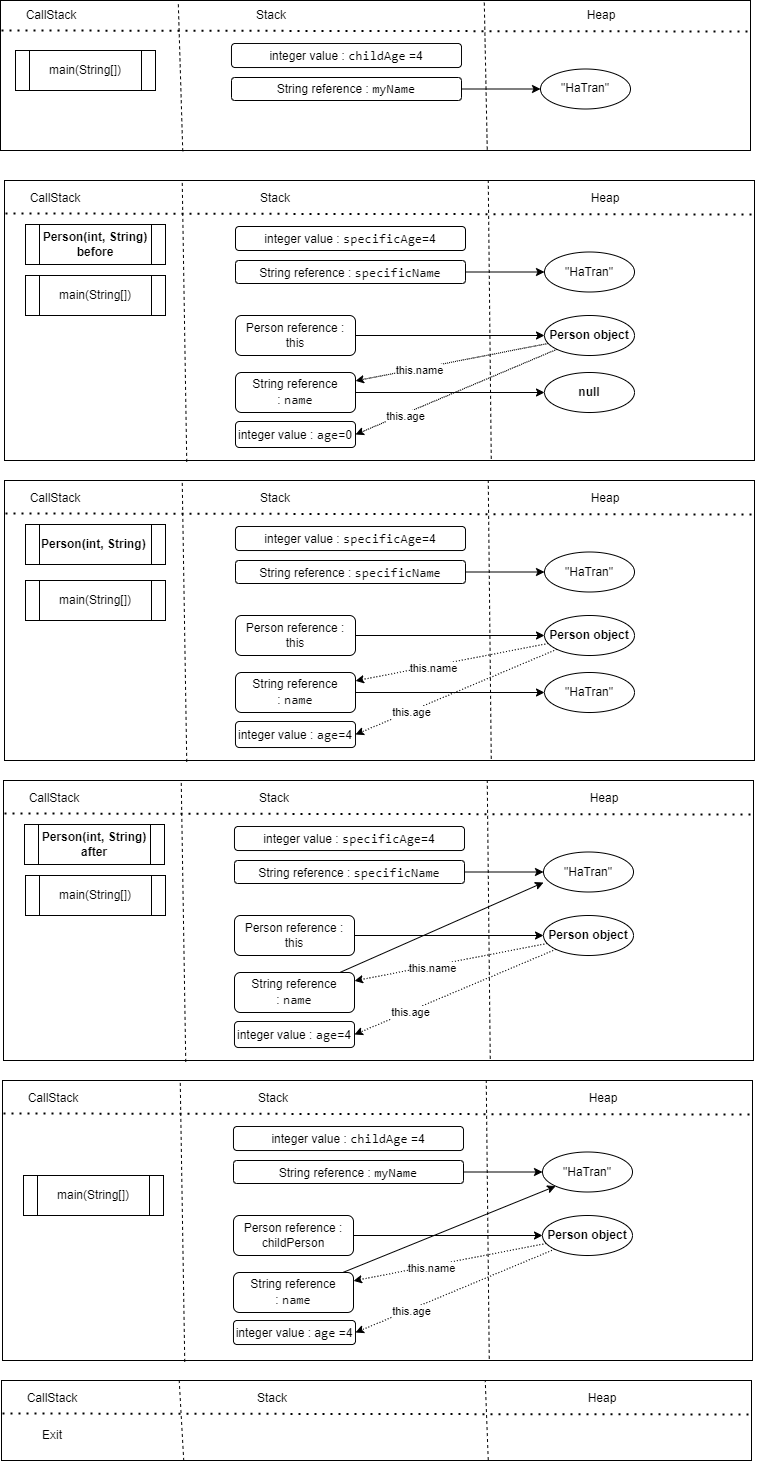
Above: samples_effective_java/src/documents/GarbageCollector.png in hazoe-dev/samples_effective_java (draw.io), before the change. Source tidied: cells renumbered, new cells last; positions are measured from the earlier drawing's top-left corner, leaving out a move shared by most shapes.
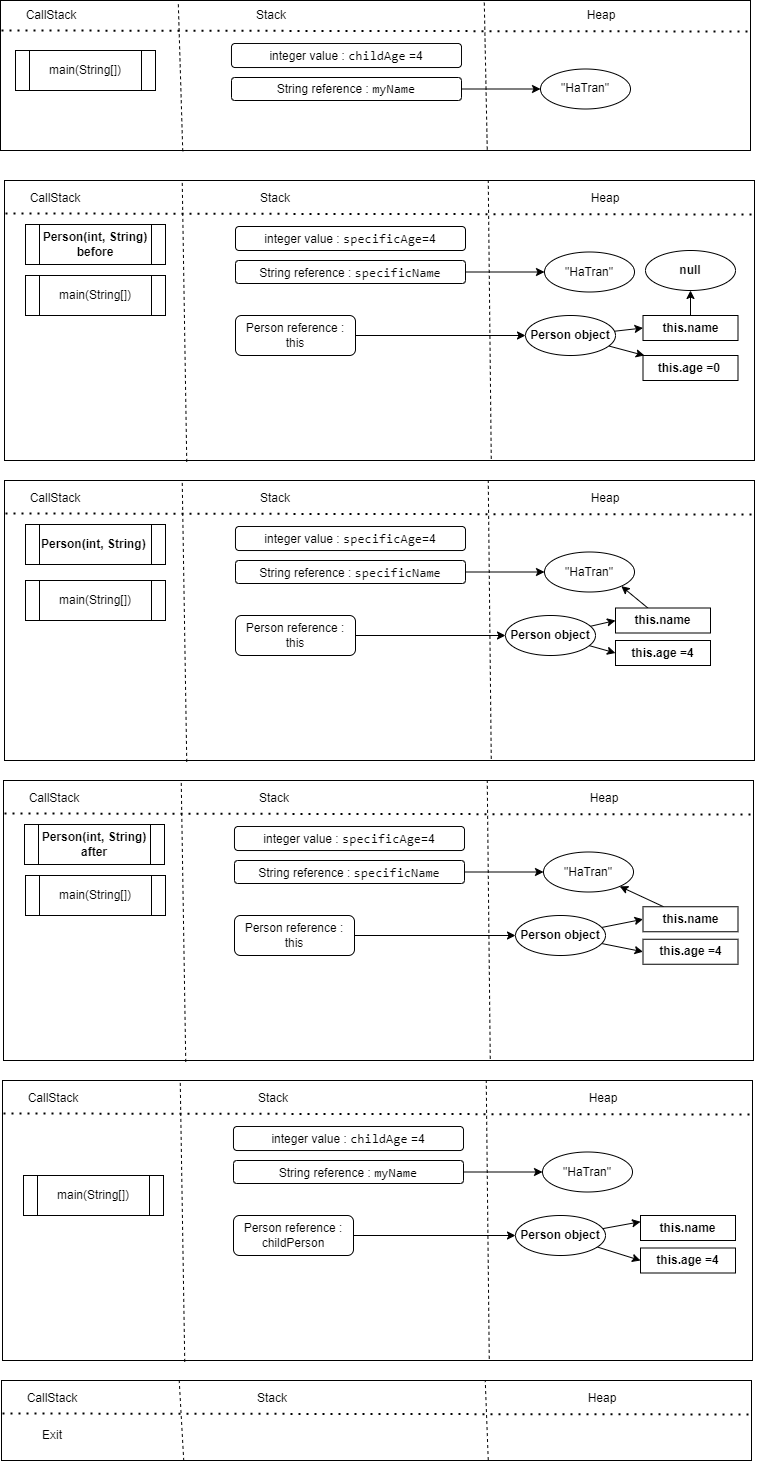
Above is the later version.

Commit message:
Update image for garbage collector

The edit, as a diff of the source:
```diff
@@ -15,17 +15,8 @@
       <mxGeometry x="25" y="183" width="60" height="30" as="geometry" />
     </mxCell>
     <mxCell id="6" value="null" style="ellipse;whiteSpace=wrap;html=1;fontStyle=1;" parent="1" vertex="1">
-      <mxGeometry x="544" y="372" width="90" height="40" as="geometry" />
+      <mxGeometry x="645" y="250" width="90" height="40" as="geometry" />
     </mxCell>
-    <mxCell id="7" value="integer value :&amp;nbsp;&lt;span style=&quot;background-color: rgb(255, 255, 255); color: rgb(8, 8, 8); font-family: &amp;quot;JetBrains Mono&amp;quot;, monospace; font-size: 9.8pt;&quot;&gt;age&lt;/span&gt;&lt;span style=&quot;background-color: initial;&quot;&gt;=0&lt;/span&gt;" style="rounded=1;whiteSpace=wrap;html=1;" parent="1" vertex="1">
-      <mxGeometry x="235" y="421" width="120" height="26" as="geometry" />
-    </mxCell>
-    <mxCell id="8" style="edgeStyle=orthogonalEdgeStyle;rounded=0;jettySize=auto;html=1;" parent="1" edge="1" source="9" target="6">
-      <mxGeometry relative="1" as="geometry" />
-    </mxCell>
-    <mxCell id="9" value="String reference :&amp;nbsp;&lt;span style=&quot;background-color: rgb(255, 255, 255); color: rgb(8, 8, 8); font-family: &amp;quot;JetBrains Mono&amp;quot;, monospace; font-size: 9.8pt;&quot;&gt;name&lt;/span&gt;" style="rounded=1;whiteSpace=wrap;html=1;" parent="1" vertex="1">
-      <mxGeometry x="235" y="372" width="120" height="40" as="geometry" />
-    </mxCell>
     <mxCell id="10" value="Person(int, String) before" style="shape=process;whiteSpace=wrap;html=1;backgroundOutline=1;fontStyle=1;" parent="1" vertex="1">
       <mxGeometry x="25" y="224" width="140" height="40" as="geometry" />
     </mxCell>
@@ -59,20 +50,14 @@
     <mxCell id="19" value="&quot;HaTran&quot;" style="ellipse;whiteSpace=wrap;html=1;" parent="1" vertex="1">
       <mxGeometry x="544" y="251.5" width="90" height="40" as="geometry" />
     </mxCell>
-    <mxCell id="20" style="edgeStyle=none;rounded=0;jettySize=auto;html=1;dashed=1;dashPattern=1 1;" parent="1" edge="1" source="24" target="9">
-      <mxGeometry relative="1" as="geometry" />
-    </mxCell>
-    <mxCell id="21" value="this.name" style="edgeLabel;html=1;align=center;verticalAlign=middle;" parent="20" vertex="1">
-      <mxGeometry x="0.35" y="1" relative="1" as="geometry" />
-    </mxCell>
-    <mxCell id="22" style="edgeStyle=none;rounded=0;jettySize=auto;html=1;entryX=1;entryY=0.5;entryDx=0;entryDy=0;dashed=1;dashPattern=1 1;" parent="1" edge="1" source="24" target="7">
-      <mxGeometry relative="1" as="geometry" />
-    </mxCell>
-    <mxCell id="23" value="this.age" style="edgeLabel;html=1;align=center;verticalAlign=middle;" parent="22" vertex="1">
-      <mxGeometry x="0.52" y="2" relative="1" as="geometry" />
-    </mxCell>
+    <mxCell id="115" style="rounded=0;jettySize=auto;html=1;" parent="1" edge="1" source="24" target="123">
+      <mxGeometry relative="1" as="geometry" />
+    </mxCell>
+    <mxCell id="116" style="rounded=0;jettySize=auto;html=1;entryX=0;entryY=0.5;entryDx=0;entryDy=0;" parent="1" edge="1" source="24" target="125">
+      <mxGeometry relative="1" as="geometry" />
+    </mxCell>
     <mxCell id="24" value="Person object" style="ellipse;whiteSpace=wrap;html=1;fontStyle=1;" parent="1" vertex="1">
-      <mxGeometry x="544" y="315" width="90" height="40" as="geometry" />
+      <mxGeometry x="525" y="315" width="90" height="40" as="geometry" />
     </mxCell>
     <mxCell id="25" style="rounded=0;whiteSpace=wrap;html=1;" parent="1" vertex="1">
       <mxGeometry x="4" y="480" width="750" height="280" as="geometry" />
@@ -86,18 +71,6 @@
     <mxCell id="28" value="CallStack" style="text;html=1;strokeColor=none;fillColor=none;align=center;verticalAlign=middle;whiteSpace=wrap;rounded=0;" parent="1" vertex="1">
       <mxGeometry x="25" y="483" width="60" height="30" as="geometry" />
     </mxCell>
-    <mxCell id="29" value="&lt;span style=&quot;font-weight: 400;&quot;&gt;&quot;HaTran&quot;&lt;/span&gt;" style="ellipse;whiteSpace=wrap;html=1;fontStyle=1;" parent="1" vertex="1">
-      <mxGeometry x="544" y="672" width="90" height="40" as="geometry" />
-    </mxCell>
-    <mxCell id="30" value="integer value :&amp;nbsp;&lt;span style=&quot;background-color: rgb(255, 255, 255); color: rgb(8, 8, 8); font-family: &amp;quot;JetBrains Mono&amp;quot;, monospace; font-size: 9.8pt;&quot;&gt;age&lt;/span&gt;&lt;span style=&quot;background-color: initial;&quot;&gt;=4&lt;/span&gt;" style="rounded=1;whiteSpace=wrap;html=1;" parent="1" vertex="1">
-      <mxGeometry x="235" y="721" width="120" height="26" as="geometry" />
-    </mxCell>
-    <mxCell id="31" style="edgeStyle=orthogonalEdgeStyle;rounded=0;jettySize=auto;html=1;" parent="1" edge="1" source="32" target="29">
-      <mxGeometry relative="1" as="geometry" />
-    </mxCell>
-    <mxCell id="32" value="String reference :&amp;nbsp;&lt;span style=&quot;background-color: rgb(255, 255, 255); color: rgb(8, 8, 8); font-family: &amp;quot;JetBrains Mono&amp;quot;, monospace; font-size: 9.8pt;&quot;&gt;name&lt;/span&gt;" style="rounded=1;whiteSpace=wrap;html=1;" parent="1" vertex="1">
-      <mxGeometry x="235" y="672" width="120" height="40" as="geometry" />
-    </mxCell>
     <mxCell id="33" value="Person(int, String)&amp;nbsp;" style="shape=process;whiteSpace=wrap;html=1;backgroundOutline=1;fontStyle=1;" parent="1" vertex="1">
       <mxGeometry x="25" y="524" width="140" height="40" as="geometry" />
     </mxCell>
@@ -131,22 +104,14 @@
     <mxCell id="42" value="&quot;HaTran&quot;" style="ellipse;whiteSpace=wrap;html=1;" parent="1" vertex="1">
       <mxGeometry x="544" y="551.5" width="90" height="40" as="geometry" />
     </mxCell>
-    <mxCell id="43" style="edgeStyle=none;rounded=0;jettySize=auto;html=1;dashed=1;dashPattern=1 2;" parent="1" edge="1" source="47" target="32">
-      <mxGeometry relative="1" as="geometry" />
-    </mxCell>
-    <mxCell id="44" value="this.name" style="edgeLabel;html=1;align=center;verticalAlign=middle;" parent="43" vertex="1">
-      <mxGeometry x="0.2" y="2" relative="1" as="geometry" />
-    </mxCell>
-    <mxCell id="45" style="edgeStyle=none;rounded=0;jettySize=auto;html=1;entryX=1;entryY=0.5;entryDx=0;entryDy=0;dashed=1;dashPattern=1 2;" parent="1" edge="1" source="47" target="30">
-      <mxGeometry relative="1" as="geometry" />
-    </mxCell>
-    <mxCell id="46" value="this.age" style="edgeLabel;html=1;align=center;verticalAlign=middle;" parent="45" vertex="1">
-      <mxGeometry x="0.45" y="2" relative="1" as="geometry">
-        <mxPoint y="-1" as="offset" />
-      </mxGeometry>
-    </mxCell>
+    <mxCell id="117" style="edgeStyle=none;rounded=0;jettySize=auto;html=1;entryX=0;entryY=0.5;entryDx=0;entryDy=0;" parent="1" edge="1" source="47" target="126">
+      <mxGeometry relative="1" as="geometry" />
+    </mxCell>
+    <mxCell id="118" style="edgeStyle=none;rounded=0;jettySize=auto;html=1;entryX=0;entryY=0.5;entryDx=0;entryDy=0;" parent="1" edge="1" source="47" target="128">
+      <mxGeometry relative="1" as="geometry" />
+    </mxCell>
     <mxCell id="47" value="Person object" style="ellipse;whiteSpace=wrap;html=1;fontStyle=1;" parent="1" vertex="1">
-      <mxGeometry x="544" y="615" width="90" height="40" as="geometry" />
+      <mxGeometry x="505" y="615" width="90" height="40" as="geometry" />
     </mxCell>
     <mxCell id="48" style="rounded=0;whiteSpace=wrap;html=1;" parent="1" vertex="1">
       <mxGeometry x="3" y="780" width="750" height="280" as="geometry" />
@@ -160,15 +125,6 @@
     <mxCell id="51" value="CallStack" style="text;html=1;strokeColor=none;fillColor=none;align=center;verticalAlign=middle;whiteSpace=wrap;rounded=0;" parent="1" vertex="1">
       <mxGeometry x="24" y="783" width="60" height="30" as="geometry" />
     </mxCell>
-    <mxCell id="52" value="integer value :&amp;nbsp;&lt;span style=&quot;background-color: rgb(255, 255, 255); color: rgb(8, 8, 8); font-family: &amp;quot;JetBrains Mono&amp;quot;, monospace; font-size: 9.8pt;&quot;&gt;age&lt;/span&gt;&lt;span style=&quot;background-color: initial;&quot;&gt;=4&lt;/span&gt;" style="rounded=1;whiteSpace=wrap;html=1;" parent="1" vertex="1">
-      <mxGeometry x="234" y="1021" width="120" height="26" as="geometry" />
-    </mxCell>
-    <mxCell id="53" style="rounded=0;jettySize=auto;html=1;entryX=0;entryY=0.763;entryDx=0;entryDy=0;entryPerimeter=0;" parent="1" edge="1" source="54" target="64">
-      <mxGeometry relative="1" as="geometry" />
-    </mxCell>
-    <mxCell id="54" value="String reference :&amp;nbsp;&lt;span style=&quot;background-color: rgb(255, 255, 255); color: rgb(8, 8, 8); font-family: &amp;quot;JetBrains Mono&amp;quot;, monospace; font-size: 9.8pt;&quot;&gt;name&lt;/span&gt;" style="rounded=1;whiteSpace=wrap;html=1;" parent="1" vertex="1">
-      <mxGeometry x="234" y="972" width="120" height="40" as="geometry" />
-    </mxCell>
     <mxCell id="55" value="Person(int, String) after" style="shape=process;whiteSpace=wrap;html=1;backgroundOutline=1;fontStyle=1;" parent="1" vertex="1">
       <mxGeometry x="24" y="824" width="140" height="40" as="geometry" />
     </mxCell>
@@ -202,22 +158,14 @@
     <mxCell id="64" value="&quot;HaTran&quot;" style="ellipse;whiteSpace=wrap;html=1;" parent="1" vertex="1">
       <mxGeometry x="543" y="851.5" width="90" height="40" as="geometry" />
     </mxCell>
-    <mxCell id="65" style="edgeStyle=none;rounded=0;jettySize=auto;html=1;dashed=1;dashPattern=1 2;" parent="1" edge="1" source="69" target="54">
-      <mxGeometry relative="1" as="geometry" />
-    </mxCell>
-    <mxCell id="66" value="this.name" style="edgeLabel;html=1;align=center;verticalAlign=middle;" parent="65" vertex="1">
-      <mxGeometry x="0.2" y="2" relative="1" as="geometry" />
-    </mxCell>
-    <mxCell id="67" style="edgeStyle=none;rounded=0;jettySize=auto;html=1;entryX=1;entryY=0.5;entryDx=0;entryDy=0;dashed=1;dashPattern=1 2;" parent="1" edge="1" source="69" target="52">
-      <mxGeometry relative="1" as="geometry" />
-    </mxCell>
-    <mxCell id="68" value="this.age" style="edgeLabel;html=1;align=center;verticalAlign=middle;" parent="67" vertex="1">
-      <mxGeometry x="0.45" y="2" relative="1" as="geometry">
-        <mxPoint y="-1" as="offset" />
-      </mxGeometry>
-    </mxCell>
+    <mxCell id="119" style="edgeStyle=none;rounded=0;jettySize=auto;html=1;entryX=0;entryY=0.5;entryDx=0;entryDy=0;" parent="1" edge="1" source="69" target="131">
+      <mxGeometry relative="1" as="geometry" />
+    </mxCell>
+    <mxCell id="120" style="edgeStyle=none;rounded=0;jettySize=auto;html=1;entryX=0;entryY=0.5;entryDx=0;entryDy=0;" parent="1" edge="1" source="69" target="129">
+      <mxGeometry relative="1" as="geometry" />
+    </mxCell>
     <mxCell id="69" value="Person object" style="ellipse;whiteSpace=wrap;html=1;fontStyle=1;" parent="1" vertex="1">
-      <mxGeometry x="543" y="915" width="90" height="40" as="geometry" />
+      <mxGeometry x="515" y="915" width="90" height="40" as="geometry" />
     </mxCell>
     <mxCell id="70" style="rounded=0;whiteSpace=wrap;html=1;" parent="1" vertex="1">
       <mxGeometry x="2" y="1080" width="750" height="280" as="geometry" />
@@ -231,12 +179,6 @@
     <mxCell id="73" value="CallStack" style="text;html=1;strokeColor=none;fillColor=none;align=center;verticalAlign=middle;whiteSpace=wrap;rounded=0;" parent="1" vertex="1">
       <mxGeometry x="23" y="1083" width="60" height="30" as="geometry" />
     </mxCell>
-    <mxCell id="74" style="rounded=0;jettySize=auto;html=1;entryX=0;entryY=1;entryDx=0;entryDy=0;" parent="1" edge="1" source="75" target="84">
-      <mxGeometry relative="1" as="geometry" />
-    </mxCell>
-    <mxCell id="75" value="String reference :&amp;nbsp;&lt;span style=&quot;background-color: rgb(255, 255, 255); color: rgb(8, 8, 8); font-family: &amp;quot;JetBrains Mono&amp;quot;, monospace; font-size: 9.8pt;&quot;&gt;name&lt;/span&gt;" style="rounded=1;whiteSpace=wrap;html=1;" parent="1" vertex="1">
-      <mxGeometry x="233" y="1272" width="120" height="40" as="geometry" />
-    </mxCell>
     <mxCell id="76" style="endArrow=none;html=1;rounded=0;entryX=0.645;entryY=0;entryDx=0;entryDy=0;entryPerimeter=0;exitX=0.649;exitY=0.994;exitDx=0;exitDy=0;exitPerimeter=0;dashed=1;" parent="1" edge="1" source="70" target="70">
       <mxGeometry relative="1" as="geometry" />
     </mxCell>
@@ -267,22 +209,14 @@
     <mxCell id="84" value="&quot;HaTran&quot;" style="ellipse;whiteSpace=wrap;html=1;" parent="1" vertex="1">
       <mxGeometry x="542" y="1151.5" width="90" height="40" as="geometry" />
     </mxCell>
-    <mxCell id="85" style="edgeStyle=none;rounded=0;jettySize=auto;html=1;dashed=1;dashPattern=1 2;" parent="1" edge="1" source="89" target="75">
-      <mxGeometry relative="1" as="geometry" />
-    </mxCell>
-    <mxCell id="86" value="this.name" style="edgeLabel;html=1;align=center;verticalAlign=middle;" parent="85" vertex="1">
-      <mxGeometry x="0.2" y="2" relative="1" as="geometry" />
-    </mxCell>
-    <mxCell id="87" style="edgeStyle=none;rounded=0;jettySize=auto;html=1;entryX=1;entryY=0.5;entryDx=0;entryDy=0;dashed=1;dashPattern=1 2;" parent="1" edge="1" source="89" target="114">
-      <mxGeometry relative="1" as="geometry" />
-    </mxCell>
-    <mxCell id="88" value="this.age" style="edgeLabel;html=1;align=center;verticalAlign=middle;" parent="87" vertex="1">
-      <mxGeometry x="0.45" y="2" relative="1" as="geometry">
-        <mxPoint y="-1" as="offset" />
-      </mxGeometry>
-    </mxCell>
+    <mxCell id="121" style="edgeStyle=none;rounded=0;jettySize=auto;html=1;entryX=0;entryY=0.25;entryDx=0;entryDy=0;" parent="1" edge="1" source="89" target="133">
+      <mxGeometry relative="1" as="geometry" />
+    </mxCell>
+    <mxCell id="122" style="edgeStyle=none;rounded=0;jettySize=auto;html=1;entryX=0;entryY=0.5;entryDx=0;entryDy=0;" parent="1" edge="1" source="89" target="132">
+      <mxGeometry relative="1" as="geometry" />
+    </mxCell>
     <mxCell id="89" value="Person object" style="ellipse;whiteSpace=wrap;html=1;fontStyle=1;" parent="1" vertex="1">
-      <mxGeometry x="542" y="1215" width="90" height="40" as="geometry" />
+      <mxGeometry x="515" y="1215" width="90" height="40" as="geometry" />
     </mxCell>
     <mxCell id="90" value="main(String[])" style="shape=process;whiteSpace=wrap;html=1;backgroundOutline=1;fontStyle=0;" parent="1" vertex="1">
       <mxGeometry x="23" y="1175" width="140" height="40" as="geometry" />
@@ -362,8 +296,38 @@
     <mxCell id="113" value="main(String[])" style="shape=process;whiteSpace=wrap;html=1;backgroundOutline=1;fontStyle=0;" parent="1" vertex="1">
       <mxGeometry x="15" y="50" width="140" height="40" as="geometry" />
     </mxCell>
-    <mxCell id="114" value="integer value : a&lt;span style=&quot;background-color: rgb(255, 255, 255); font-family: &amp;quot;JetBrains Mono&amp;quot;, monospace; font-size: 9.8pt;&quot;&gt;ge&lt;/span&gt;&lt;span style=&quot;background-color: initial;&quot;&gt;&amp;nbsp;&lt;/span&gt;&lt;span style=&quot;background-color: initial;&quot;&gt;=4&lt;/span&gt;" style="rounded=1;whiteSpace=wrap;html=1;" parent="1" vertex="1">
-      <mxGeometry x="233" y="1320" width="122" height="24" as="geometry" />
-    </mxCell>
+    <mxCell id="123" value="this.age =0&amp;nbsp;" style="whiteSpace=wrap;html=1;fontStyle=1;" parent="1" vertex="1">
+      <mxGeometry x="642.5" y="355" width="95" height="25" as="geometry" />
+    </mxCell>
+    <mxCell id="124" style="rounded=0;jettySize=auto;html=1;" parent="1" edge="1" source="125" target="6">
+      <mxGeometry relative="1" as="geometry" />
+    </mxCell>
+    <mxCell id="125" value="this.name" style="whiteSpace=wrap;html=1;fontStyle=1;" parent="1" vertex="1">
+      <mxGeometry x="642.5" y="315" width="95" height="25" as="geometry" />
+    </mxCell>
+    <mxCell id="126" value="this.age =4" style="whiteSpace=wrap;html=1;fontStyle=1;" parent="1" vertex="1">
+      <mxGeometry x="615" y="640" width="95" height="25" as="geometry" />
+    </mxCell>
+    <mxCell id="127" style="edgeStyle=none;rounded=0;jettySize=auto;html=1;entryX=1;entryY=1;entryDx=0;entryDy=0;" parent="1" edge="1" source="128" target="42">
+      <mxGeometry relative="1" as="geometry" />
+    </mxCell>
+    <mxCell id="128" value="this.name" style="whiteSpace=wrap;html=1;fontStyle=1;" parent="1" vertex="1">
+      <mxGeometry x="615" y="607.5" width="95" height="25" as="geometry" />
+    </mxCell>
+    <mxCell id="129" value="this.age =4" style="whiteSpace=wrap;html=1;fontStyle=1;" parent="1" vertex="1">
+      <mxGeometry x="642.5" y="938.8" width="95" height="25" as="geometry" />
+    </mxCell>
+    <mxCell id="130" style="edgeStyle=none;rounded=0;jettySize=auto;html=1;" parent="1" edge="1" source="131" target="64">
+      <mxGeometry relative="1" as="geometry" />
+    </mxCell>
+    <mxCell id="131" value="this.name" style="whiteSpace=wrap;html=1;fontStyle=1;" parent="1" vertex="1">
+      <mxGeometry x="642.5" y="906.2" width="95" height="25" as="geometry" />
+    </mxCell>
+    <mxCell id="132" value="this.age =4" style="whiteSpace=wrap;html=1;fontStyle=1;" parent="1" vertex="1">
+      <mxGeometry x="640" y="1247.5" width="95" height="25" as="geometry" />
+    </mxCell>
+    <mxCell id="133" value="this.name" style="whiteSpace=wrap;html=1;fontStyle=1;" parent="1" vertex="1">
+      <mxGeometry x="640" y="1215" width="95" height="25" as="geometry" />
+    </mxCell>
   </root>
 </mxGraphModel>
```
